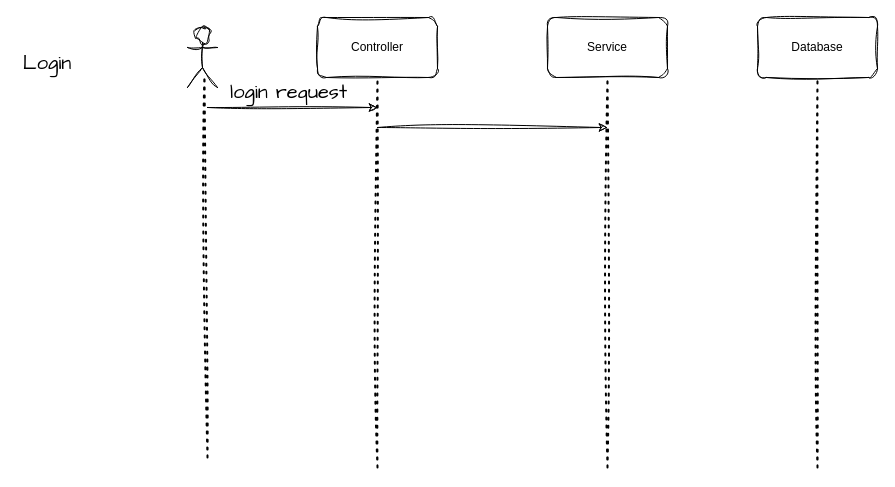
Before: Sequence_diagram.drawio in DinhManhAGF/Diagram, a draw.io diagram. Source tidied: cells renumbered, new cells numbered last; positions are measured from the earlier drawing's top-left corner, leaving out a move shared by most shapes. Both pictures are drawn from the tidied source at 100%, with x=0, y=0 at pixel (17, 17).
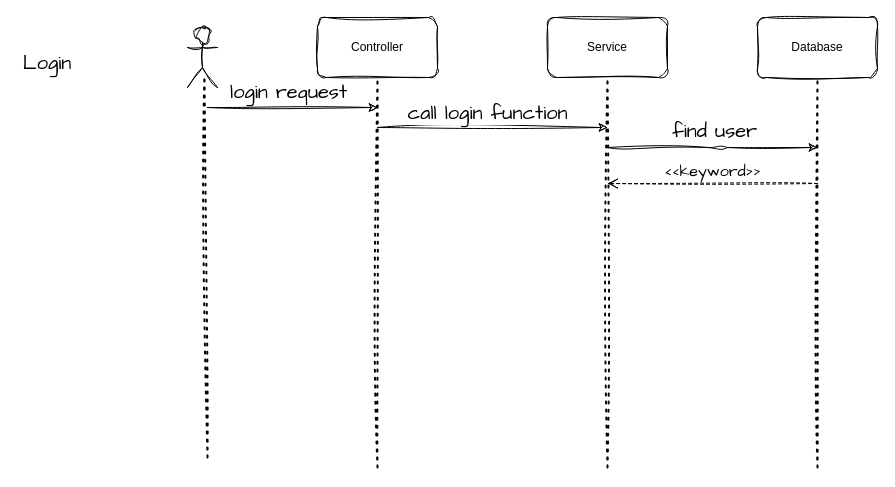
The same page after the edit.

Commit message (it also covers changes not shown here):
Cập nhật Sequence_diagram.drawio

The change refers to these unchanged cells:
```xml
<mxCell id="13" style="endArrow=classic;html=1;rounded=1;sketch=1;hachureGap=4;jiggle=2;curveFitting=1;fontFamily=Architects Daughter;fontSize=16;" parent="1" edge="1">
  <mxGeometry relative="1" as="geometry">
    <mxPoint x="360" y="110" as="sourcePoint" />
    <mxPoint x="590" y="110" as="targetPoint" />
  </mxGeometry>
</mxCell>
```

The edit, as a diff of the source:
```diff
@@
+    <mxCell id="14" value="call login function" style="edgeLabel;html=1;align=center;verticalAlign=middle;fontSize=20;fontFamily=Architects Daughter;" parent="13" vertex="1">
+      <mxGeometry x="-0.13" y="1" relative="1" as="geometry">
+        <mxPoint x="9" y="-15" as="offset" />
+      </mxGeometry>
+    </mxCell>
+    <mxCell id="15" style="endArrow=classic;html=1;rounded=1;sketch=1;hachureGap=4;jiggle=2;curveFitting=1;fontFamily=Architects Daughter;fontSize=16;" parent="1" edge="1">
+      <mxGeometry relative="1" as="geometry">
+        <mxPoint x="590" y="130" as="sourcePoint" />
+        <mxPoint x="800" y="130" as="targetPoint" />
+        <Array as="points">
+          <mxPoint x="700" y="130" />
+        </Array>
+      </mxGeometry>
+    </mxCell>
+    <mxCell id="16" value="find user" style="edgeLabel;html=1;align=center;verticalAlign=middle;fontSize=20;fontFamily=Architects Daughter;" parent="15" vertex="1">
+      <mxGeometry x="-0.07" y="-3" relative="1" as="geometry">
+        <mxPoint x="8" y="-21" as="offset" />
+      </mxGeometry>
+    </mxCell>
+    <mxCell id="17" value="&amp;lt;&amp;lt;keyword&amp;gt;&amp;gt;" style="endArrow=open;startArrow=none;endFill=0;startFill=0;endSize=8;html=1;verticalAlign=bottom;dashed=1;labelBackgroundColor=none;rounded=1;sketch=1;hachureGap=4;jiggle=2;curveFitting=1;fontFamily=Architects Daughter;fontSize=16;" parent="1" edge="1">
+      <mxGeometry relative="1" as="geometry">
+        <mxPoint x="800" y="166" as="sourcePoint" />
+        <mxPoint x="590" y="166" as="targetPoint" />
+      </mxGeometry>
+    </mxCell>
```
